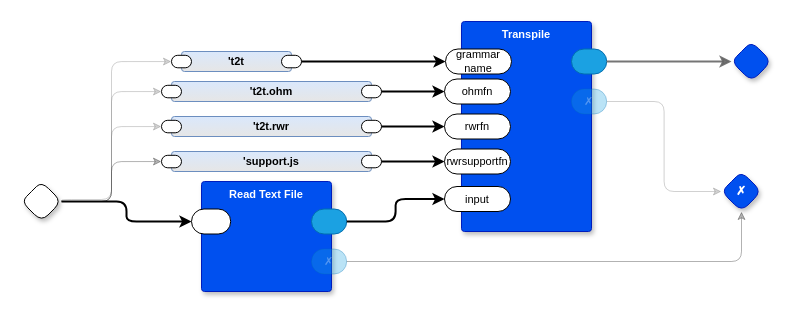
Earlier version of the draw.io diagram page "main" (1 of 3) of t2t.drawio (guitarvydas/t2t). Source tidied: cells renumbered, new cells numbered last; positions are measured from the earlier drawing's top-left corner, leaving out a move shared by most shapes. Both pictures are drawn from the tidied source at 100%, with x=0, y=0 at pixel (21, 21).
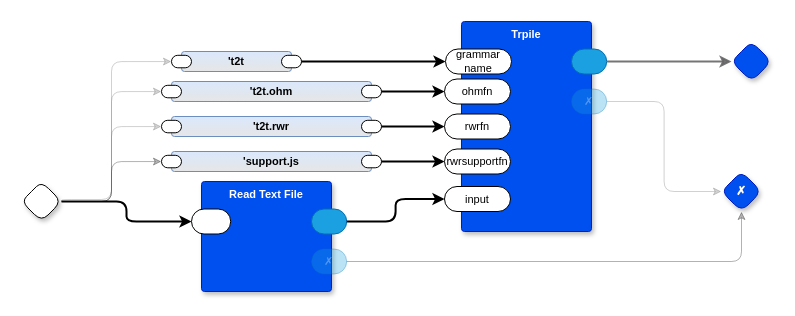
The same diagram, later.

Diff of the diagram source:
```diff
@@
-    <mxCell id="8" value="Transpile" style="rounded=1;whiteSpace=wrap;sketch=0;verticalAlign=top;arcSize=6;fontStyle=1;absoluteArcSize=1;shadow=1;strokeColor=#001DBC;fillColor=#0050ef;fontColor=#ffffff;fontFamily=Helvetica;fontSize=11;" parent="1" vertex="1">
+    <mxCell id="8" value="Trpile" style="rounded=1;whiteSpace=wrap;sketch=0;verticalAlign=top;arcSize=6;fontStyle=1;absoluteArcSize=1;shadow=1;strokeColor=#001DBC;fillColor=#0050ef;fontColor=#ffffff;fontFamily=Helvetica;fontSize=11;" parent="1" vertex="1">
       <mxGeometry x="440" width="130" height="210" as="geometry" />
     </mxCell>
```
